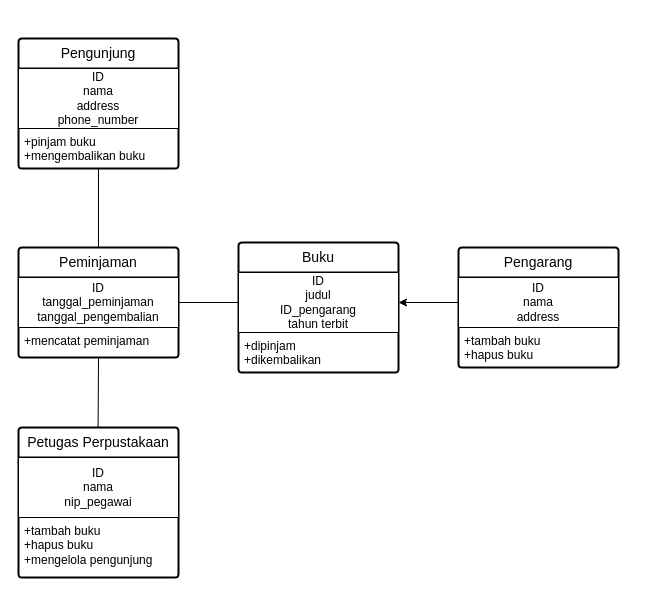
This is Class Diagram.drawio from descamp-aji/descamp-aji.github.io, a draw.io file, before an edit. Source tidied: cells renumbered, new cells numbered last; positions are measured from the earlier drawing's top-left corner, leaving out a move shared by most shapes. Both pictures are drawn from the tidied source at 100%, with x=0, y=0 at pixel (18, 38).
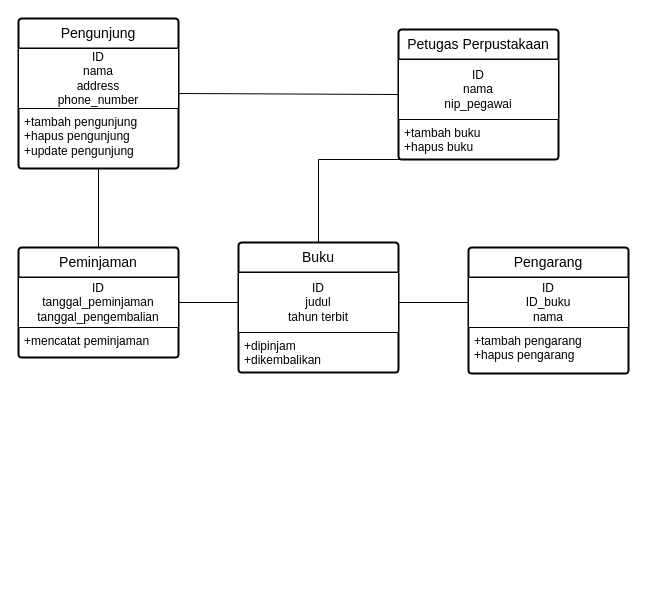
The same diagram, later.

The change refers to these unchanged cells:
```xml
<mxCell id="2" value="Buku" style="swimlane;horizontal=1;startSize=30;rounded=1;fontSize=14;fontStyle=0;strokeWidth=2;shadow=0;dashed=0;align=center;arcSize=4;whiteSpace=wrap;html=1;" parent="1" vertex="1">
  <mxGeometry x="220" y="204" width="160" height="130" as="geometry" />
</mxCell>
```

The edit, as a diff of the source:
```diff
@@
-    <mxCell id="3" value="&lt;div&gt;ID&lt;/div&gt;judul&lt;div&gt;ID_pengarang&lt;/div&gt;&lt;div&gt;tahun terbit&lt;/div&gt;" style="whiteSpace=wrap;html=1;align=center;" parent="2" vertex="1">
+    <mxCell id="3" value="&lt;div&gt;ID&lt;/div&gt;judul&lt;div&gt;tahun terbit&lt;/div&gt;" style="whiteSpace=wrap;html=1;align=center;" parent="2" vertex="1">
       <mxGeometry y="30" width="160" height="60" as="geometry" />
     </mxCell>
@@
     <mxCell id="5" value="Pengunjung" style="swimlane;horizontal=1;startSize=30;rounded=1;fontSize=14;fontStyle=0;strokeWidth=2;shadow=0;dashed=0;align=center;arcSize=4;whiteSpace=wrap;html=1;" parent="1" vertex="1">
-      <mxGeometry width="160" height="130" as="geometry" />
+      <mxGeometry y="-20" width="160" height="150" as="geometry" />
     </mxCell>
@@
-    <mxCell id="7" value="+pinjam buku&lt;br&gt;+mengembalikan buku" style="align=left;strokeColor=none;fillColor=none;spacingLeft=4;fontSize=12;verticalAlign=top;html=1;" parent="5" vertex="1">
-      <mxGeometry y="90" width="160" height="40" as="geometry" />
+    <mxCell id="7" value="+tambah pengunjung&lt;br&gt;+hapus pengunjung&lt;div&gt;+update pengunjung&lt;/div&gt;" style="align=left;strokeColor=none;fillColor=none;spacingLeft=4;fontSize=12;verticalAlign=top;html=1;" parent="5" vertex="1">
+      <mxGeometry y="90" width="160" height="60" as="geometry" />
     </mxCell>
     <mxCell id="8" value="Petugas Perpustakaan" style="swimlane;horizontal=1;startSize=30;rounded=1;fontSize=14;fontStyle=0;strokeWidth=2;shadow=0;dashed=0;align=center;arcSize=4;whiteSpace=wrap;html=1;" parent="1" vertex="1">
-      <mxGeometry y="389" width="160" height="150" as="geometry" />
+      <mxGeometry x="380" y="-9" width="160" height="130" as="geometry" />
     </mxCell>
@@
-    <mxCell id="10" value="+tambah buku&lt;br&gt;+hapus buku&lt;div&gt;+mengelola pengunjung&lt;/div&gt;" style="align=left;strokeColor=none;fillColor=none;spacingLeft=4;fontSize=12;verticalAlign=top;html=1;" parent="8" vertex="1">
-      <mxGeometry y="90" width="160" height="60" as="geometry" />
+    <mxCell id="10" value="+tambah buku&lt;br&gt;+hapus buku" style="align=left;strokeColor=none;fillColor=none;spacingLeft=4;fontSize=12;verticalAlign=top;html=1;" parent="8" vertex="1">
+      <mxGeometry y="90" width="160" height="40" as="geometry" />
     </mxCell>
-    <mxCell id="11" value="Pengarang" style="swimlane;horizontal=1;startSize=30;rounded=1;fontSize=14;fontStyle=0;strokeWidth=2;shadow=0;dashed=0;align=center;arcSize=4;whiteSpace=wrap;html=1;" parent="1" vertex="1">
-      <mxGeometry x="440" y="209" width="160" height="120" as="geometry" />
-    </mxCell>
-    <mxCell id="12" value="ID&lt;div&gt;nama&lt;/div&gt;&lt;div&gt;address&lt;/div&gt;" style="whiteSpace=wrap;html=1;align=center;" parent="11" vertex="1">
-      <mxGeometry y="30" width="160" height="50" as="geometry" />
-    </mxCell>
-    <mxCell id="13" value="+tambah buku&lt;br&gt;+hapus buku" style="align=left;strokeColor=none;fillColor=none;spacingLeft=4;fontSize=12;verticalAlign=top;html=1;" parent="11" vertex="1">
-      <mxGeometry y="80" width="160" height="40" as="geometry" />
-    </mxCell>
@@
-    <mxCell id="18" style="endArrow=none;html=1;rounded=0;exitX=0.5;exitY=0;exitDx=0;exitDy=0;" parent="1" edge="1">
-      <mxGeometry relative="1" as="geometry">
-        <mxPoint x="79.6" y="389" as="sourcePoint" />
-        <mxPoint x="80" y="320" as="targetPoint" />
-      </mxGeometry>
-    </mxCell>
@@
-    <mxCell id="20" style="endArrow=classic;html=1;rounded=0;entryX=1;entryY=0.5;entryDx=0;entryDy=0;exitX=0;exitY=0.5;exitDx=0;exitDy=0;" parent="1" edge="1" source="12" target="3">
-      <mxGeometry relative="1" as="geometry" />
-    </mxCell>
+    <mxCell id="21" style="endArrow=none;html=1;rounded=0;entryX=0.5;entryY=1;entryDx=0;entryDy=0;exitX=0.5;exitY=0;exitDx=0;exitDy=0;" parent="1" edge="1" source="2" target="10">
+      <mxGeometry relative="1" as="geometry">
+        <Array as="points">
+          <mxPoint x="300" y="121" />
+        </Array>
+      </mxGeometry>
+    </mxCell>
+    <mxCell id="22" style="endArrow=none;html=1;rounded=0;entryX=0;entryY=0.5;entryDx=0;entryDy=0;exitX=1;exitY=0.5;exitDx=0;exitDy=0;" parent="1" edge="1" source="5" target="8">
+      <mxGeometry relative="1" as="geometry" />
+    </mxCell>
+    <mxCell id="11" value="Pengarang" style="swimlane;horizontal=1;startSize=30;rounded=1;fontSize=14;fontStyle=0;strokeWidth=2;shadow=0;dashed=0;align=center;arcSize=4;whiteSpace=wrap;html=1;" parent="1" vertex="1">
+      <mxGeometry x="450" y="209" width="160" height="126" as="geometry" />
+    </mxCell>
+    <mxCell id="23" value="&lt;div&gt;ID&lt;/div&gt;&lt;div&gt;ID_buku&lt;/div&gt;&lt;div&gt;nama&lt;/div&gt;" style="whiteSpace=wrap;html=1;align=center;" parent="11" vertex="1">
+      <mxGeometry y="30" width="160" height="50" as="geometry" />
+    </mxCell>
+    <mxCell id="24" value="+tambah pengarang&lt;div&gt;+hapus pengarang&lt;/div&gt;" style="align=left;strokeColor=none;fillColor=none;spacingLeft=4;fontSize=12;verticalAlign=top;html=1;" parent="11" vertex="1">
+      <mxGeometry y="80" width="160" height="46" as="geometry" />
+    </mxCell>
+    <mxCell id="25" style="endArrow=none;html=1;rounded=0;exitX=1;exitY=0.5;exitDx=0;exitDy=0;entryX=0;entryY=0.5;entryDx=0;entryDy=0;" parent="1" edge="1" source="3" target="23">
+      <mxGeometry relative="1" as="geometry" />
+    </mxCell>
```
